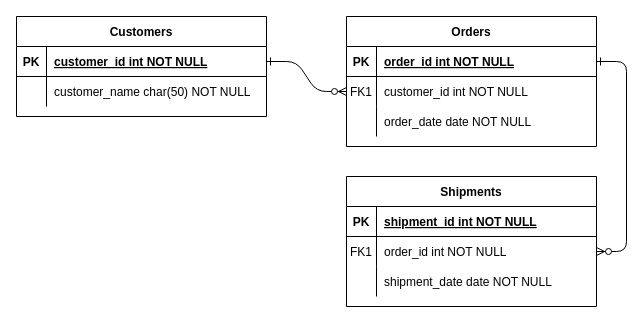
Earlier version of the draw.io diagram Untitled Diagram.drawio (AustinLowey/social-media-trends-tracker). Source tidied: cells renumbered, new cells numbered last; positions are measured from the earlier drawing's top-left corner, leaving out a move shared by most shapes. Both pictures are drawn from the tidied source at 100%, with x=0, y=0 at pixel (16, 16).
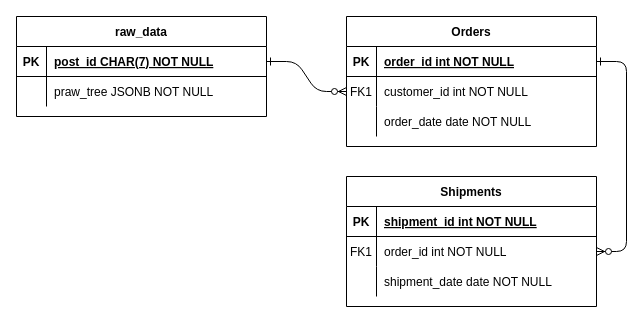
The same page after the edit.

Unchanged cells that the change refers to:
```xml
<mxCell id="25" style="shape=partialRectangle;fillColor=none;points=[[0,0.5],[1,0.5]];portConstraint=eastwest;top=0;left=0;right=0;bottom=1;" parent="24" vertex="1">
  <mxGeometry y="30" width="250" height="30" as="geometry" />
</mxCell>
<mxCell id="28" style="shape=partialRectangle;fillColor=none;top=0;left=0;right=0;bottom=0;" parent="24" vertex="1">
  <mxGeometry y="60" width="250" height="30" as="geometry" />
</mxCell>
```

What changed in the source:
```diff
@@
-    <mxCell id="24" value="Customers" style="shape=table;startSize=30;childLayout=tableLayout;rowLines=0;fontStyle=1;align=center;" parent="1" vertex="1">
+    <mxCell id="24" value="raw_data" style="shape=table;startSize=30;childLayout=tableLayout;rowLines=0;fontStyle=1;align=center;" parent="1" vertex="1">
       <mxGeometry width="250" height="100" as="geometry" />
     </mxCell>
@@
-    <mxCell id="27" value="customer_id int NOT NULL " style="shape=partialRectangle;overflow=hidden;fillColor=none;top=0;left=0;bottom=0;right=0;align=left;spacingLeft=6;fontStyle=5;" parent="25" vertex="1">
+    <mxCell id="27" value="post_id CHAR(7) NOT NULL " style="shape=partialRectangle;overflow=hidden;fillColor=none;top=0;left=0;bottom=0;right=0;align=left;spacingLeft=6;fontStyle=5;" parent="25" vertex="1">
       <mxGeometry x="30" width="220" height="30" as="geometry" />
     </mxCell>
@@
-    <mxCell id="30" value="customer_name char(50) NOT NULL" style="shape=partialRectangle;overflow=hidden;fillColor=none;top=0;left=0;bottom=0;right=0;align=left;spacingLeft=6;" parent="28" vertex="1">
+    <mxCell id="30" value="praw_tree JSONB NOT NULL" style="shape=partialRectangle;overflow=hidden;fillColor=none;top=0;left=0;bottom=0;right=0;align=left;spacingLeft=6;" parent="28" vertex="1">
       <mxGeometry x="30" width="220" height="30" as="geometry" />
     </mxCell>
```
